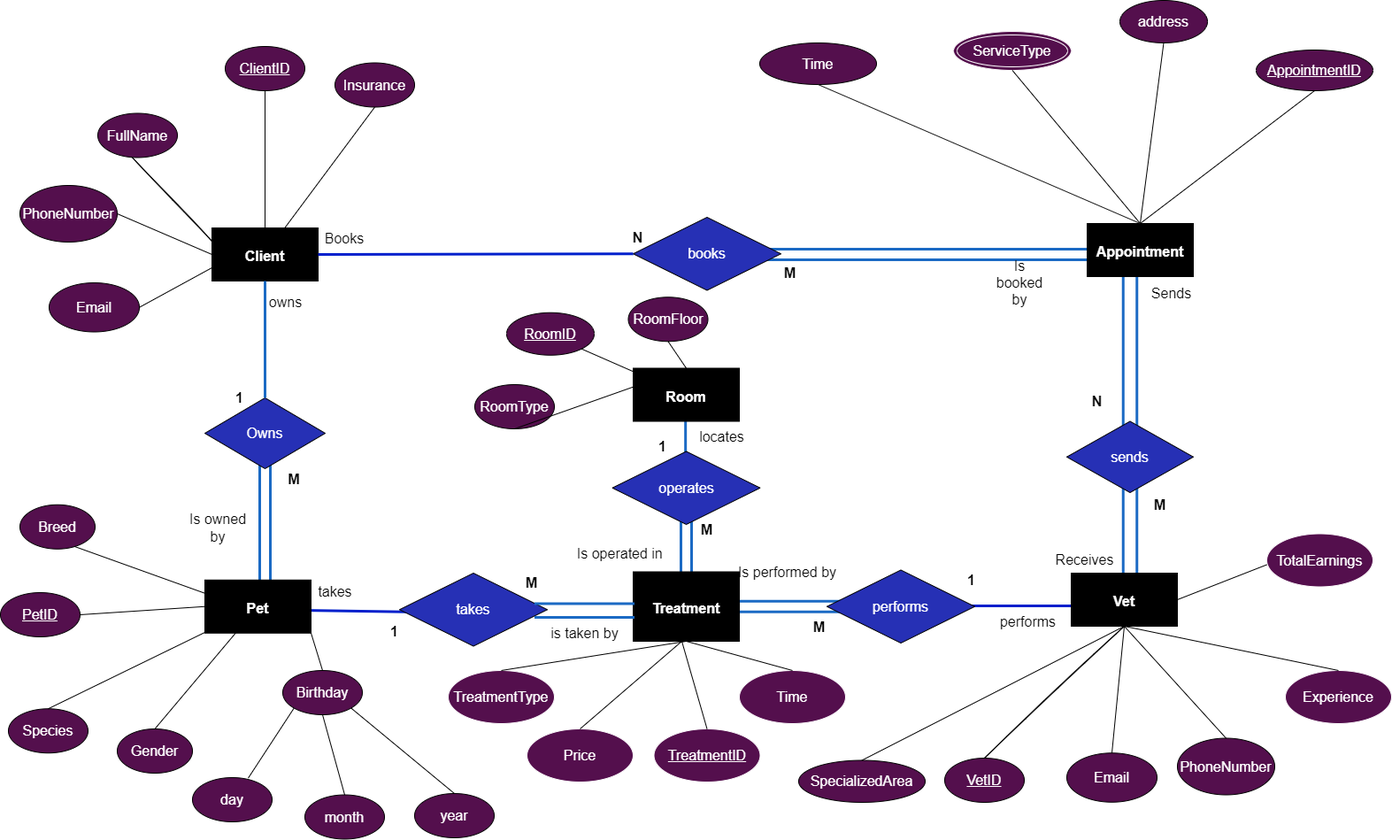
Before: PetClinic.drawio.png, a diagram exported from draw.io (tomztz/SQL-Pet-Clinic). Source tidied: cells renumbered, new cells last; positions are measured from the earlier drawing's top-left corner, leaving out a move shared by most shapes.
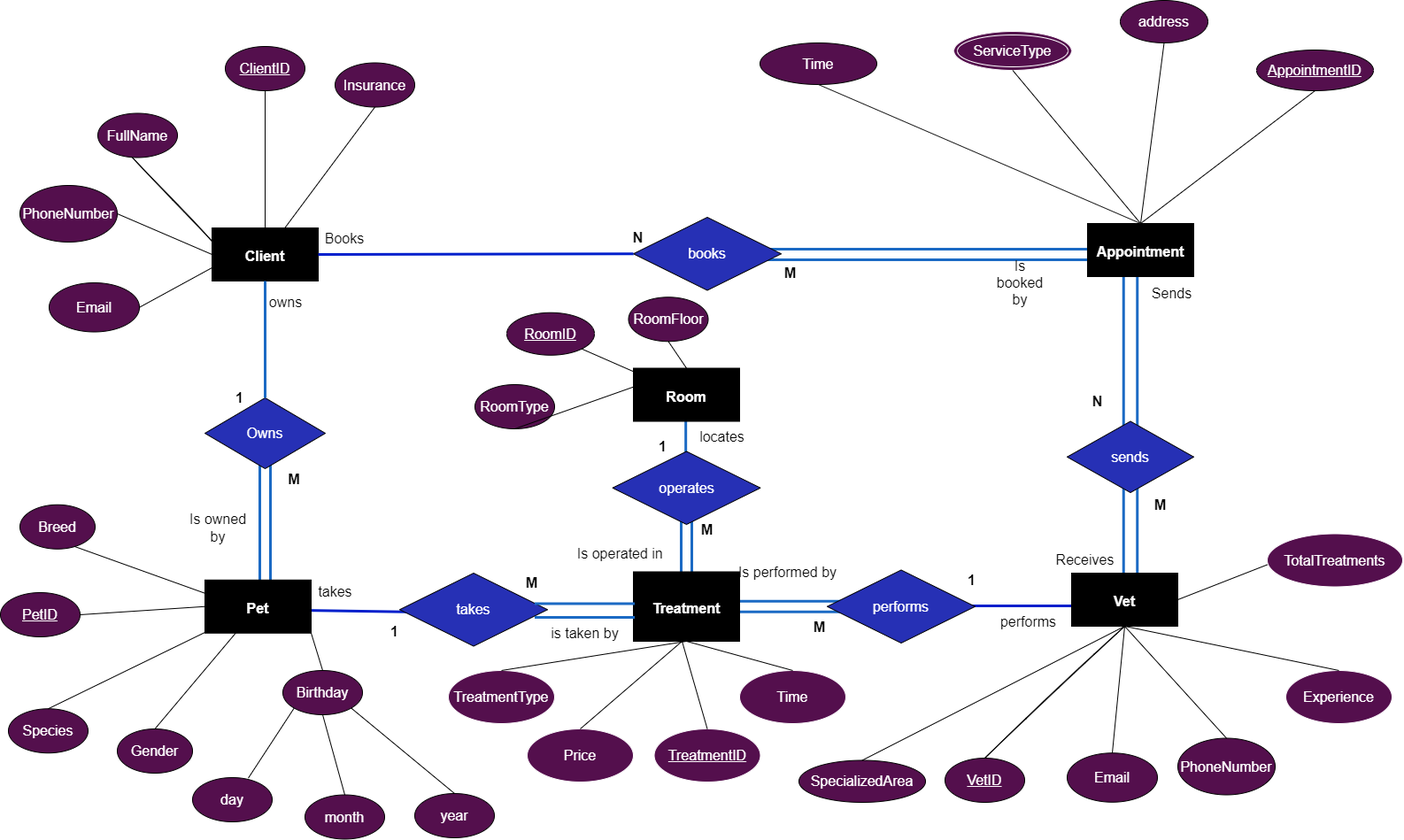
The same file after the commit.

What changed in the source:
```diff
@@ -341,8 +341,8 @@
         <mxPoint x="1440" y="634" as="targetPoint" />
       </mxGeometry>
     </mxCell>
-    <mxCell id="110" value="TotalEarnings" style="ellipse;whiteSpace=wrap;html=1;labelBorderColor=none;fontSize=16;fontColor=#FFFFFF;strokeColor=#FFFFFF;strokeWidth=1;fillColor=#540F4D;" parent="1" vertex="1">
-      <mxGeometry x="1431" y="602.5" width="120" height="60" as="geometry" />
+    <mxCell id="110" value="TotalTreatments" style="ellipse;whiteSpace=wrap;html=1;labelBorderColor=none;fontSize=16;fontColor=#FFFFFF;strokeColor=#FFFFFF;strokeWidth=1;fillColor=#540F4D;" parent="1" vertex="1">
+      <mxGeometry x="1431" y="602.5" width="153" height="60" as="geometry" />
     </mxCell>
   </root>
 </mxGraphModel>
```
